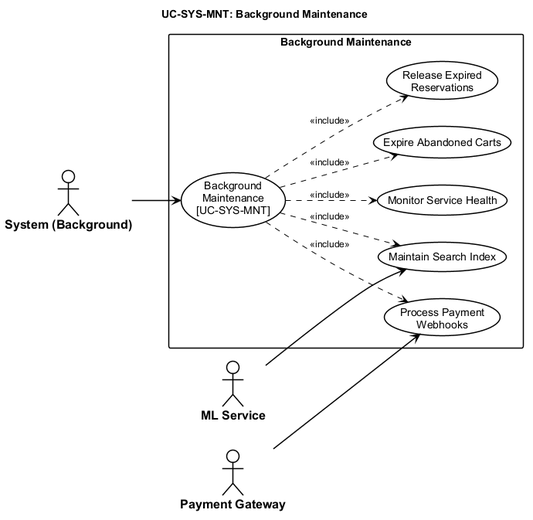
The PlantUML diagram thesis/figures/chapters/part2/ch2-design/02-use-cases/diagrams/P2S2.2.2_usecase-background-maintenance.png in qingfa-dev/ReSys.Shop, before a commit.
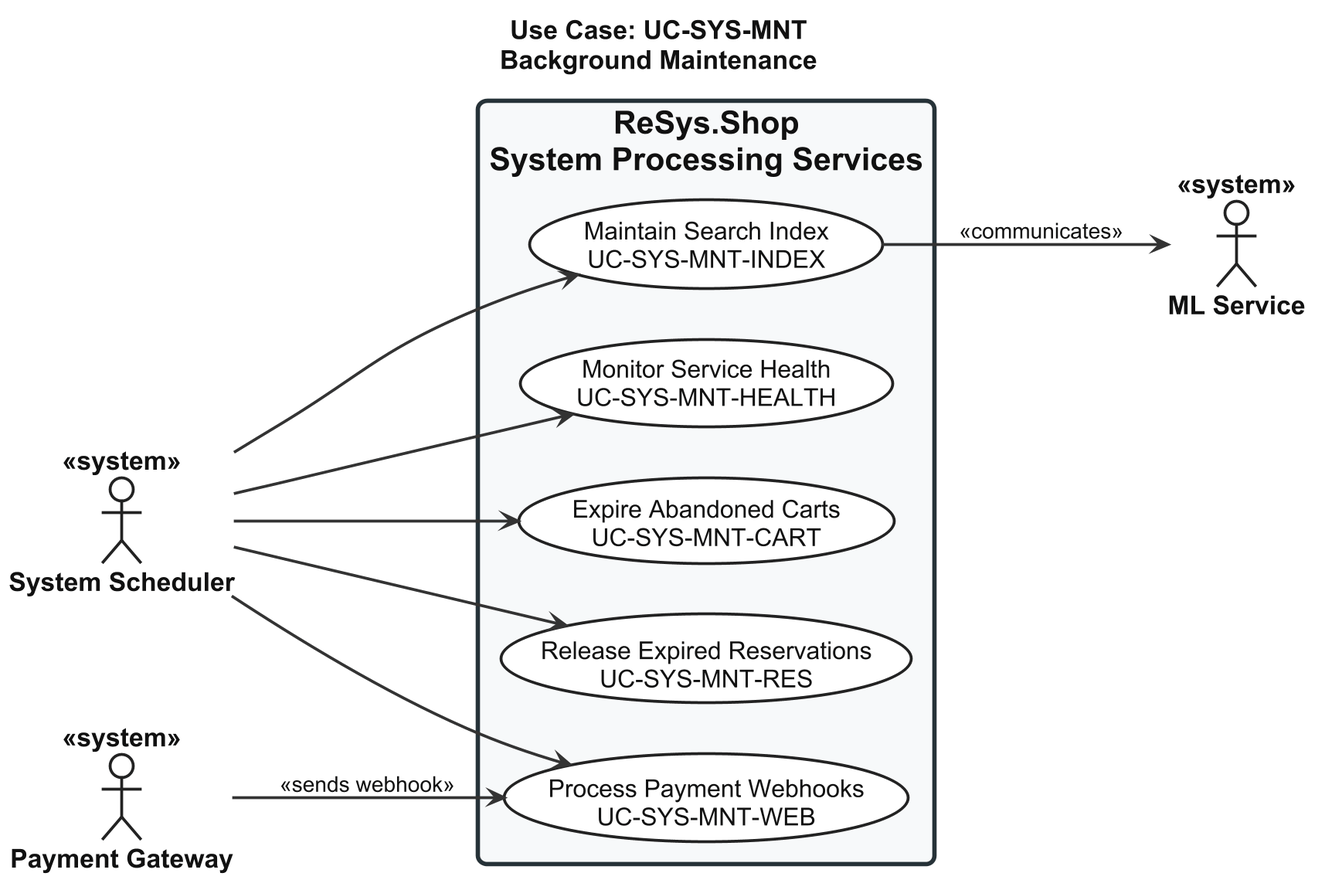
After the change.

The edit, as a diff of the source:
```diff
@@ -1,61 +1,88 @@
 @startuml usecase-background-maintenance
+
 left to right direction
 
+skinparam shadowing false
+skinparam dpi 180
+
 <style>
-  root {
-    FontName "Arial"
-    FontSize 14
-    Shadowing 0
-  }
-  actor {
-    BackGroundColor #FFFFFF
-    LineColor #000000
-    LineThickness 1.5
-    FontColor #000000
-    FontStyle bold
-    FontSize 16
-  }
-  usecase {
-    BackGroundColor #FFFFFF
-    LineColor #000000
-    LineThickness 1.5
-    FontColor #000000
-  }
-  rectangle {
-    BackGroundColor #FFFFFF
-    LineColor #000000
-    LineThickness 1.5
-    FontStyle bold
-  }
-  arrow {
-    LineColor #000000
-    LineThickness 1.5
-    FontSize 12
-  }
-</style>
-title UC-SYS-MNT: Background Maintenance
 
-actor "System (Background)" as Sys
-actor "ML Service" as ML
-actor "Payment Gateway" as GW
-
-rectangle "Background Maintenance" {
-  usecase "Background\nMaintenance\n[UC-SYS-MNT]" as UC_MAIN
-  usecase "Monitor Service Health" as UC_HEALTH
-  usecase "Expire Abandoned Carts" as UC_CARTS
-  usecase "Release Expired\nReservations" as UC_RES
-  usecase "Process Payment\nWebhooks" as UC_WEB
-  usecase "Maintain Search Index" as UC_INDEX
-
-  UC_MAIN ..> UC_HEALTH : <<include>>
-  UC_MAIN ..> UC_CARTS : <<include>>
-  UC_MAIN ..> UC_RES : <<include>>
-  UC_MAIN ..> UC_WEB : <<include>>
-  UC_MAIN ..> UC_INDEX : <<include>>
+root {
+  FontName "Arial"
+  FontSize 18
+  FontColor #111111
 }
 
-Sys --> UC_MAIN
-ML --> UC_INDEX
-GW --> UC_WEB
+actor {
+  FontName "Arial"
+  FontSize 18
+  FontStyle bold
+  FontColor #111111
+  BackgroundColor #FFFFFF
+  LineColor #222222
+  LineThickness 2
+}
+
+usecase {
+  FontName "Arial"
+  FontSize 17
+  FontColor #111111
+  FontStyle plain
+  BackgroundColor #FFFFFF
+  LineColor #222222
+  LineThickness 2
+  Padding 18
+}
+
+rectangle {
+  FontName "Arial"
+  FontSize 22
+  FontStyle bold
+  FontColor #111111
+  BackgroundColor #F7F9FA
+  LineColor #263238
+  LineThickness 3
+  RoundCorner 12
+  Padding 30
+}
+
+arrow {
+  FontName "Arial"
+  FontSize 15
+  FontColor #111111
+  LineColor #333333
+  LineThickness 2
+}
+
+</style>
+
+title Use Case: UC-SYS-MNT\nBackground Maintenance
+
+actor "System Scheduler" as Scheduler <<system>>
+actor "ML Service" as ML <<system>>
+actor "Payment Gateway" as Gateway <<system>>
+
+rectangle "ReSys.Shop\nSystem Processing Services" {
+
+  usecase "Monitor Service Health\nUC-SYS-MNT-HEALTH" as UC_HEALTH
+
+  usecase "Expire Abandoned Carts\nUC-SYS-MNT-CART" as UC_CARTS
+
+  usecase "Release Expired Reservations\nUC-SYS-MNT-RES" as UC_RES
+
+  usecase "Process Payment Webhooks\nUC-SYS-MNT-WEB" as UC_WEB
+
+  usecase "Maintain Search Index\nUC-SYS-MNT-INDEX" as UC_INDEX
+
+}
+
+Scheduler --> UC_HEALTH
+Scheduler --> UC_CARTS
+Scheduler --> UC_RES
+Scheduler --> UC_WEB
+Scheduler --> UC_INDEX
+
+UC_INDEX --> ML : <<communicates>>
+Gateway --> UC_WEB : <<sends webhook>>
 
 @enduml
```
